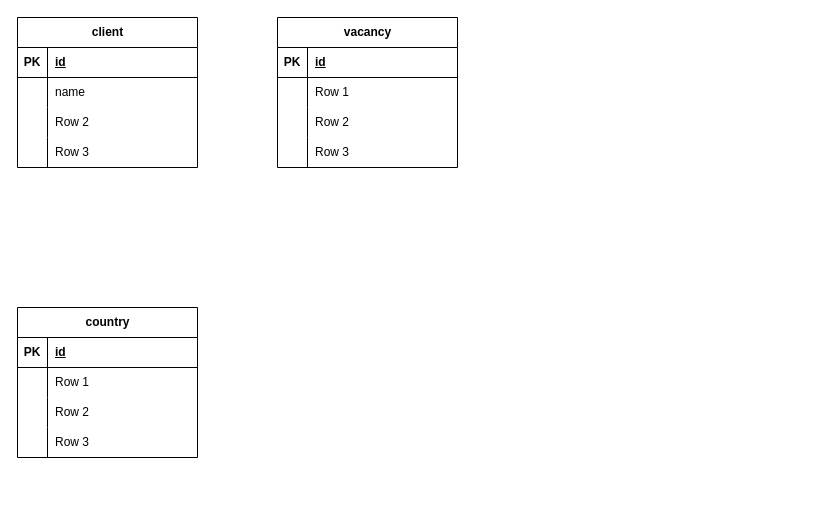
peguses/education keeps this draw.io diagram as ER.drawio. Above is the earlier version. Source tidied: cells renumbered, new cells numbered last; positions are measured from the earlier drawing's top-left corner, leaving out a move shared by most shapes. Both pictures are drawn from the tidied source at 100%, with x=0, y=0 at pixel (17, 17).
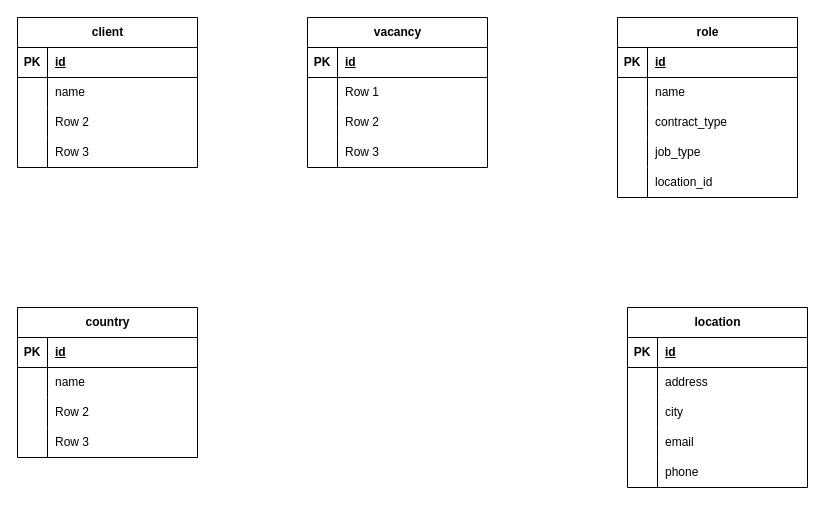
After the change.

Unchanged cells that the change refers to:
```xml
<mxCell id="19" style="shape=tableRow;horizontal=0;startSize=0;swimlaneHead=0;swimlaneBody=0;fillColor=none;top=0;left=0;right=0;bottom=0;" parent="15" vertex="1">
  <mxGeometry y="60" width="180" height="30" as="geometry" />
</mxCell>
```

The edit, as a diff of the source:
```diff
@@
-    <mxCell id="21" value="Row 1" style="shape=partialRectangle;fillColor=none;top=0;left=0;bottom=0;right=0;align=left;spacingLeft=6;overflow=hidden;whiteSpace=wrap;html=1;" parent="19" vertex="1">
+    <mxCell id="21" value="name" style="shape=partialRectangle;fillColor=none;top=0;left=0;bottom=0;right=0;align=left;spacingLeft=6;overflow=hidden;whiteSpace=wrap;html=1;" parent="19" vertex="1">
       <mxGeometry x="30" width="150" height="30" as="geometry" />
     </mxCell>
@@
     <mxCell id="28" value="vacancy" style="shape=table;startSize=30;childLayout=tableLayout;rowLines=0;fontStyle=1;align=center;html=1;" parent="1" vertex="1">
-      <mxGeometry x="260" width="180" height="150" as="geometry" />
+      <mxGeometry x="290" width="180" height="150" as="geometry" />
     </mxCell>
@@
+    <mxCell id="41" value="role" style="shape=table;startSize=30;childLayout=tableLayout;rowLines=0;fontStyle=1;align=center;html=1;" parent="1" vertex="1">
+      <mxGeometry x="600" width="180" height="180" as="geometry" />
+    </mxCell>
+    <mxCell id="42" style="shape=tableRow;horizontal=0;startSize=0;swimlaneHead=0;swimlaneBody=0;fillColor=none;top=0;left=0;right=0;bottom=1;" parent="41" vertex="1">
+      <mxGeometry y="30" width="180" height="30" as="geometry" />
+    </mxCell>
+    <mxCell id="43" value="PK" style="shape=partialRectangle;fillColor=none;top=0;left=0;bottom=0;right=0;fontStyle=1;overflow=hidden;whiteSpace=wrap;html=1;" parent="42" vertex="1">
+      <mxGeometry width="30" height="30" as="geometry" />
+    </mxCell>
+    <mxCell id="44" value="id" style="shape=partialRectangle;fillColor=none;top=0;left=0;bottom=0;right=0;align=left;spacingLeft=6;fontStyle=5;overflow=hidden;whiteSpace=wrap;html=1;" parent="42" vertex="1">
+      <mxGeometry x="30" width="150" height="30" as="geometry" />
+    </mxCell>
+    <mxCell id="45" style="shape=tableRow;horizontal=0;startSize=0;swimlaneHead=0;swimlaneBody=0;fillColor=none;top=0;left=0;right=0;bottom=0;" parent="41" vertex="1">
+      <mxGeometry y="60" width="180" height="30" as="geometry" />
+    </mxCell>
+    <mxCell id="46" style="shape=partialRectangle;fillColor=none;top=0;left=0;bottom=0;right=0;overflow=hidden;whiteSpace=wrap;html=1;" parent="45" vertex="1">
+      <mxGeometry width="30" height="30" as="geometry" />
+    </mxCell>
+    <mxCell id="47" value="name" style="shape=partialRectangle;fillColor=none;top=0;left=0;bottom=0;right=0;align=left;spacingLeft=6;overflow=hidden;whiteSpace=wrap;html=1;" parent="45" vertex="1">
+      <mxGeometry x="30" width="150" height="30" as="geometry" />
+    </mxCell>
+    <mxCell id="48" style="shape=tableRow;horizontal=0;startSize=0;swimlaneHead=0;swimlaneBody=0;fillColor=none;top=0;left=0;right=0;bottom=0;" parent="41" vertex="1">
+      <mxGeometry y="90" width="180" height="30" as="geometry" />
+    </mxCell>
+    <mxCell id="49" style="shape=partialRectangle;fillColor=none;top=0;left=0;bottom=0;right=0;overflow=hidden;whiteSpace=wrap;html=1;" parent="48" vertex="1">
+      <mxGeometry width="30" height="30" as="geometry" />
+    </mxCell>
+    <mxCell id="50" value="contract_type" style="shape=partialRectangle;fillColor=none;top=0;left=0;bottom=0;right=0;align=left;spacingLeft=6;overflow=hidden;whiteSpace=wrap;html=1;" parent="48" vertex="1">
+      <mxGeometry x="30" width="150" height="30" as="geometry" />
+    </mxCell>
+    <mxCell id="51" style="shape=tableRow;horizontal=0;startSize=0;swimlaneHead=0;swimlaneBody=0;fillColor=none;top=0;left=0;right=0;bottom=0;" parent="41" vertex="1">
+      <mxGeometry y="120" width="180" height="30" as="geometry" />
+    </mxCell>
+    <mxCell id="52" style="shape=partialRectangle;fillColor=none;top=0;left=0;bottom=0;right=0;overflow=hidden;whiteSpace=wrap;html=1;" parent="51" vertex="1">
+      <mxGeometry width="30" height="30" as="geometry" />
+    </mxCell>
+    <mxCell id="53" value="job_type" style="shape=partialRectangle;fillColor=none;top=0;left=0;bottom=0;right=0;align=left;spacingLeft=6;overflow=hidden;whiteSpace=wrap;html=1;" parent="51" vertex="1">
+      <mxGeometry x="30" width="150" height="30" as="geometry" />
+    </mxCell>
+    <mxCell id="54" style="shape=tableRow;horizontal=0;startSize=0;swimlaneHead=0;swimlaneBody=0;fillColor=none;top=0;left=0;right=0;bottom=0;" parent="41" vertex="1">
+      <mxGeometry y="150" width="180" height="30" as="geometry" />
+    </mxCell>
+    <mxCell id="55" style="shape=partialRectangle;fillColor=none;top=0;left=0;bottom=0;right=0;overflow=hidden;whiteSpace=wrap;html=1;" parent="54" vertex="1">
+      <mxGeometry width="30" height="30" as="geometry" />
+    </mxCell>
+    <mxCell id="56" value="location_id" style="shape=partialRectangle;fillColor=none;top=0;left=0;bottom=0;right=0;align=left;spacingLeft=6;overflow=hidden;whiteSpace=wrap;html=1;" parent="54" vertex="1">
+      <mxGeometry x="30" width="150" height="30" as="geometry" />
+    </mxCell>
+    <mxCell id="57" value="location" style="shape=table;startSize=30;childLayout=tableLayout;rowLines=0;fontStyle=1;align=center;html=1;" parent="1" vertex="1">
+      <mxGeometry x="610" y="290" width="180" height="180" as="geometry" />
+    </mxCell>
+    <mxCell id="58" style="shape=tableRow;horizontal=0;startSize=0;swimlaneHead=0;swimlaneBody=0;fillColor=none;top=0;left=0;right=0;bottom=1;" parent="57" vertex="1">
+      <mxGeometry y="30" width="180" height="30" as="geometry" />
+    </mxCell>
+    <mxCell id="59" value="PK" style="shape=partialRectangle;fillColor=none;top=0;left=0;bottom=0;right=0;fontStyle=1;overflow=hidden;whiteSpace=wrap;html=1;" parent="58" vertex="1">
+      <mxGeometry width="30" height="30" as="geometry" />
+    </mxCell>
+    <mxCell id="60" value="id" style="shape=partialRectangle;fillColor=none;top=0;left=0;bottom=0;right=0;align=left;spacingLeft=6;fontStyle=5;overflow=hidden;whiteSpace=wrap;html=1;" parent="58" vertex="1">
+      <mxGeometry x="30" width="150" height="30" as="geometry" />
+    </mxCell>
+    <mxCell id="61" style="shape=tableRow;horizontal=0;startSize=0;swimlaneHead=0;swimlaneBody=0;fillColor=none;top=0;left=0;right=0;bottom=0;" parent="57" vertex="1">
+      <mxGeometry y="60" width="180" height="30" as="geometry" />
+    </mxCell>
+    <mxCell id="62" style="shape=partialRectangle;fillColor=none;top=0;left=0;bottom=0;right=0;overflow=hidden;whiteSpace=wrap;html=1;" parent="61" vertex="1">
+      <mxGeometry width="30" height="30" as="geometry" />
+    </mxCell>
+    <mxCell id="63" value="address" style="shape=partialRectangle;fillColor=none;top=0;left=0;bottom=0;right=0;align=left;spacingLeft=6;overflow=hidden;whiteSpace=wrap;html=1;" parent="61" vertex="1">
+      <mxGeometry x="30" width="150" height="30" as="geometry" />
+    </mxCell>
+    <mxCell id="64" style="shape=tableRow;horizontal=0;startSize=0;swimlaneHead=0;swimlaneBody=0;fillColor=none;top=0;left=0;right=0;bottom=0;" parent="57" vertex="1">
+      <mxGeometry y="90" width="180" height="30" as="geometry" />
+    </mxCell>
+    <mxCell id="65" style="shape=partialRectangle;fillColor=none;top=0;left=0;bottom=0;right=0;overflow=hidden;whiteSpace=wrap;html=1;" parent="64" vertex="1">
+      <mxGeometry width="30" height="30" as="geometry" />
+    </mxCell>
+    <mxCell id="66" value="city" style="shape=partialRectangle;fillColor=none;top=0;left=0;bottom=0;right=0;align=left;spacingLeft=6;overflow=hidden;whiteSpace=wrap;html=1;" parent="64" vertex="1">
+      <mxGeometry x="30" width="150" height="30" as="geometry" />
+    </mxCell>
+    <mxCell id="67" style="shape=tableRow;horizontal=0;startSize=0;swimlaneHead=0;swimlaneBody=0;fillColor=none;top=0;left=0;right=0;bottom=0;" parent="57" vertex="1">
+      <mxGeometry y="120" width="180" height="30" as="geometry" />
+    </mxCell>
+    <mxCell id="68" style="shape=partialRectangle;fillColor=none;top=0;left=0;bottom=0;right=0;overflow=hidden;whiteSpace=wrap;html=1;" parent="67" vertex="1">
+      <mxGeometry width="30" height="30" as="geometry" />
+    </mxCell>
+    <mxCell id="69" value="email" style="shape=partialRectangle;fillColor=none;top=0;left=0;bottom=0;right=0;align=left;spacingLeft=6;overflow=hidden;whiteSpace=wrap;html=1;" parent="67" vertex="1">
+      <mxGeometry x="30" width="150" height="30" as="geometry" />
+    </mxCell>
+    <mxCell id="70" style="shape=tableRow;horizontal=0;startSize=0;swimlaneHead=0;swimlaneBody=0;fillColor=none;top=0;left=0;right=0;bottom=0;" parent="57" vertex="1">
+      <mxGeometry y="150" width="180" height="30" as="geometry" />
+    </mxCell>
+    <mxCell id="71" style="shape=partialRectangle;fillColor=none;top=0;left=0;bottom=0;right=0;overflow=hidden;whiteSpace=wrap;html=1;" parent="70" vertex="1">
+      <mxGeometry width="30" height="30" as="geometry" />
+    </mxCell>
+    <mxCell id="72" value="phone" style="shape=partialRectangle;fillColor=none;top=0;left=0;bottom=0;right=0;align=left;spacingLeft=6;overflow=hidden;whiteSpace=wrap;html=1;" parent="70" vertex="1">
+      <mxGeometry x="30" width="150" height="30" as="geometry" />
+    </mxCell>
```
